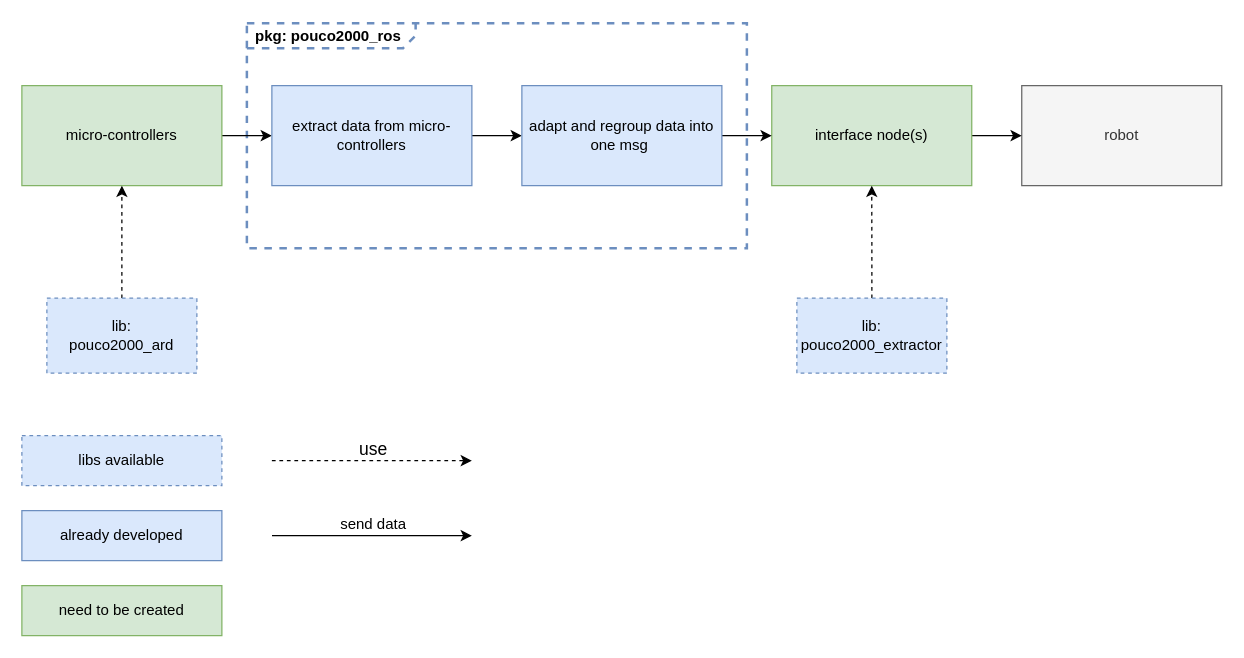
This is page "pipeline" (3 of 4) of .doc/diagram/pouco2000.drawio from PouceHeure/pouco2000, a draw.io file, before an edit. Source tidied: cells renumbered, new cells numbered last; positions are measured from the earlier drawing's top-left corner, leaving out a move shared by most shapes. Both pictures are drawn from the tidied source at 125%, with x=0, y=0 at pixel (21, 22).
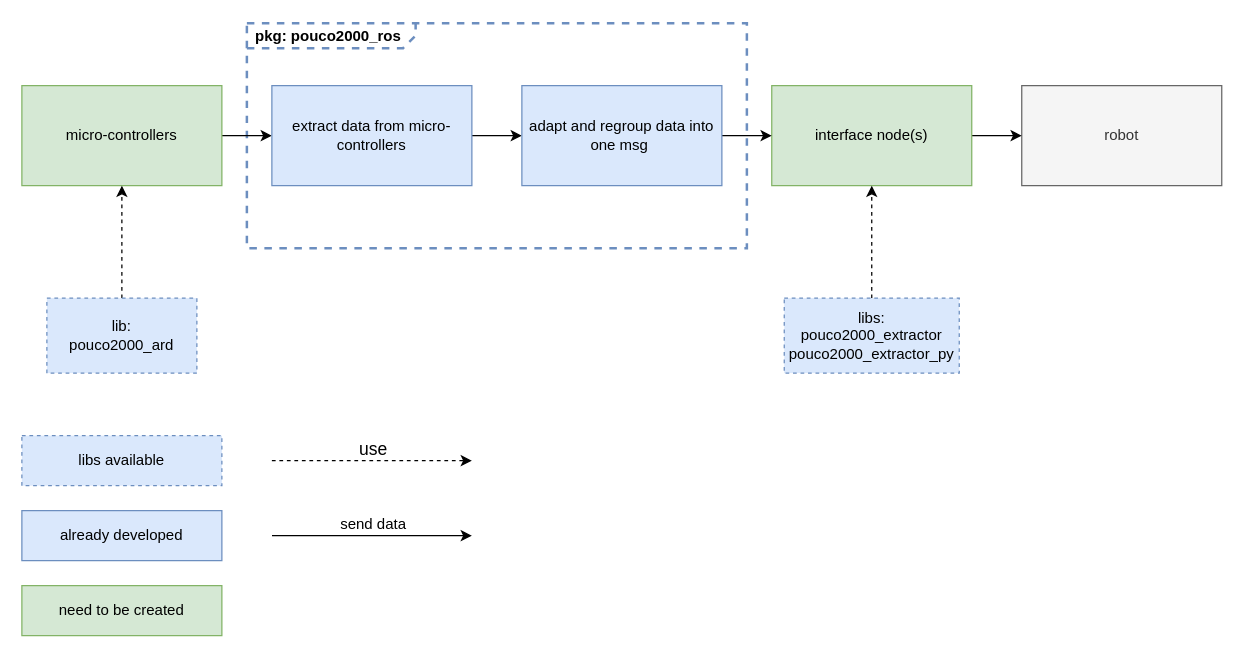
The same diagram, later.

What changed in the source:
```diff
@@
-    <mxCell id="15" value="lib: pouco2000_extractor" style="rounded=0;whiteSpace=wrap;html=1;dashed=1;fillColor=#dae8fc;strokeColor=#6c8ebf;" parent="1" vertex="1">
-      <mxGeometry x="620" y="220" width="120" height="60" as="geometry" />
+    <mxCell id="15" value="libs:&lt;br&gt;pouco2000_extractor&lt;br&gt;pouco2000_extractor_py" style="rounded=0;whiteSpace=wrap;html=1;dashed=1;fillColor=#dae8fc;strokeColor=#6c8ebf;" parent="1" vertex="1">
+      <mxGeometry x="609.9" y="220" width="140" height="60" as="geometry" />
     </mxCell>
```
